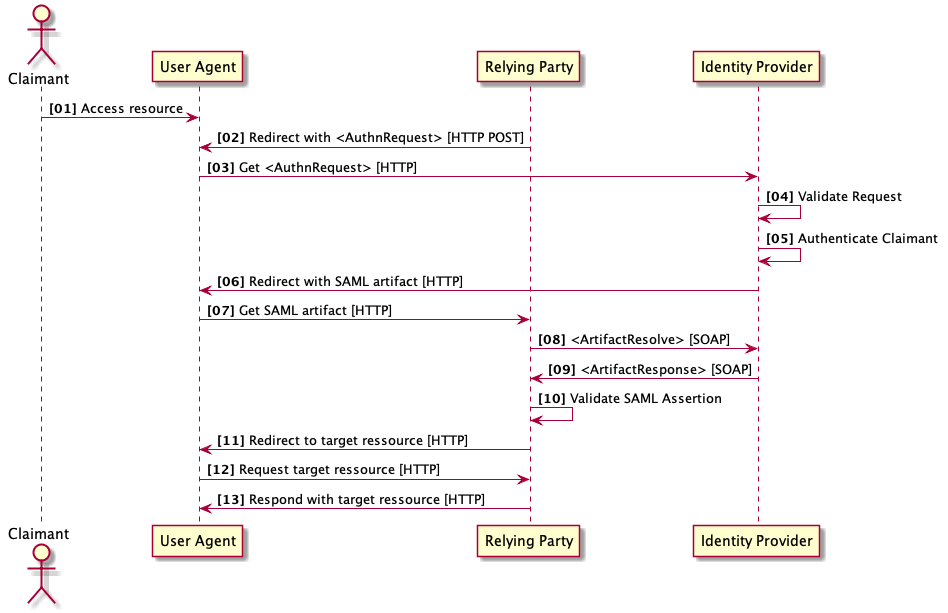
Before: media/SAML-Artifact-flow.png, a diagram exported from PlantUML (ehealthsuisse/EPR-by-example).
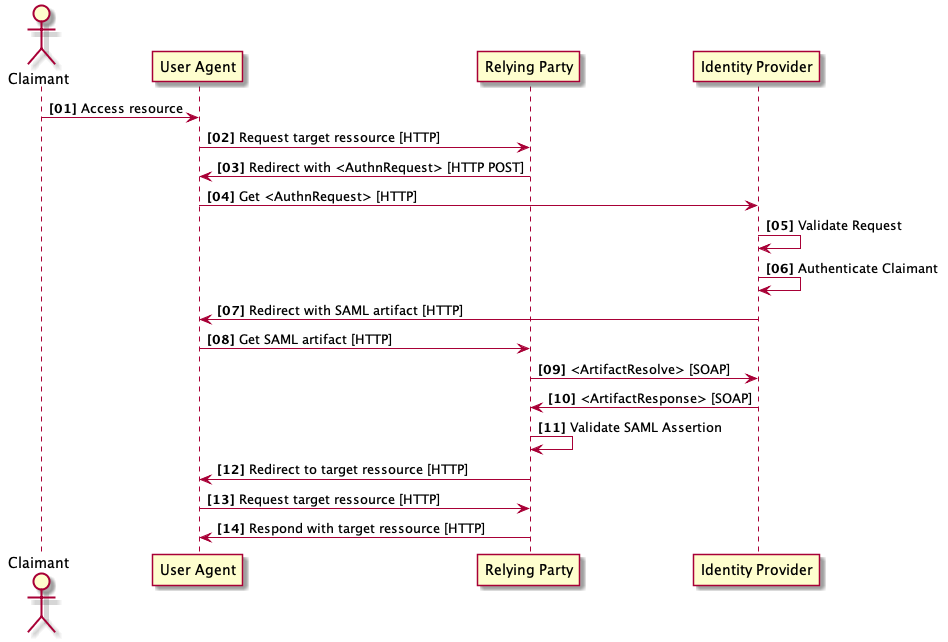
Above is the later version.

Change to the diagram source:
```diff
@@ -8,6 +8,7 @@
 autonumber 1 1 "<b>[00]"
 
 Claimant -> UserAgent: Access resource
+UserAgent -> RP: Request target ressource [HTTP]
 
 RP -> UserAgent: Redirect with <AuthnRequest> [HTTP POST]
 
```
